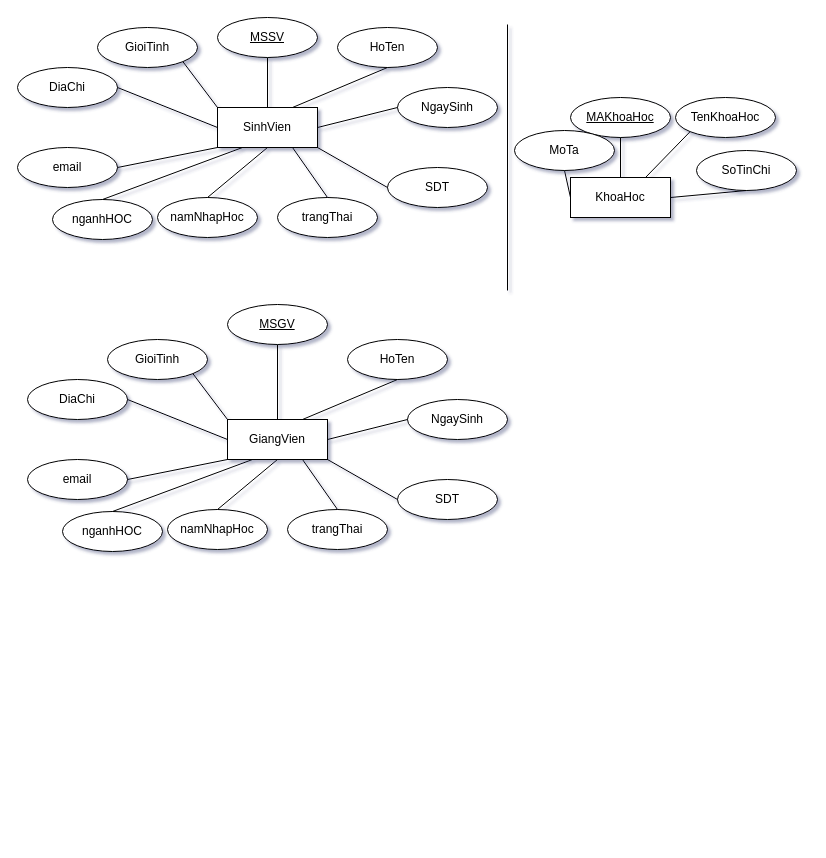
The draw.io diagram test.drawio in hoThanhThien/tkcsdl_HK_he, before the edit. Source tidied: cells renumbered, new cells numbered last; positions are measured from the earlier drawing's top-left corner, leaving out a move shared by most shapes. Both pictures are drawn from the tidied source at 100%, with x=0, y=0 at pixel (17, 17).
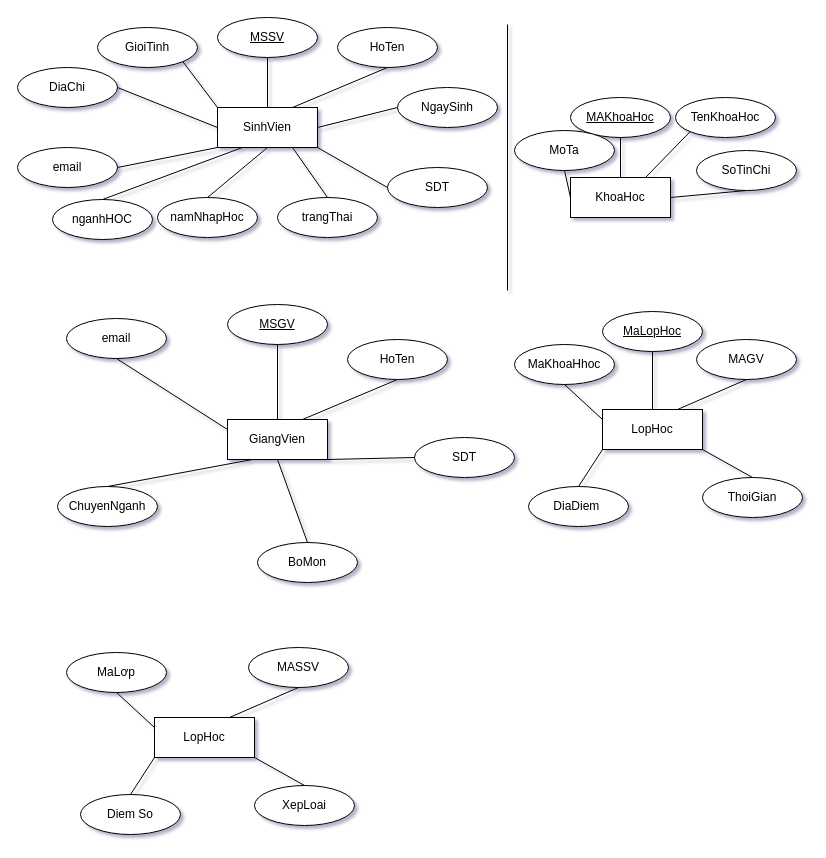
Above is the later version.

Commit message:
Cập nhật test.drawio

The change refers to these unchanged cells:
```xml
<mxCell id="33" value="GiangVien" style="whiteSpace=wrap;html=1;align=center;labelBackgroundColor=none;rounded=0;" parent="1" vertex="1">
  <mxGeometry x="210" y="402" width="100" height="40" as="geometry" />
</mxCell>
```

The edit, as a diff of the source:
```diff
@@
-    <mxCell id="37" value="NgaySinh" style="ellipse;whiteSpace=wrap;html=1;align=center;labelBackgroundColor=none;rounded=0;" parent="1" vertex="1">
-      <mxGeometry x="390" y="382" width="100" height="40" as="geometry" />
-    </mxCell>
-    <mxCell id="38" style="endArrow=none;html=1;rounded=0;exitX=1;exitY=0.5;exitDx=0;exitDy=0;entryX=0;entryY=0.5;entryDx=0;entryDy=0;labelBackgroundColor=none;fontColor=default;" parent="1" edge="1" source="33" target="37">
-      <mxGeometry relative="1" as="geometry" />
-    </mxCell>
-    <mxCell id="39" value="GioiTinh" style="ellipse;whiteSpace=wrap;html=1;align=center;labelBackgroundColor=none;rounded=0;" parent="1" vertex="1">
-      <mxGeometry x="90" y="322" width="100" height="40" as="geometry" />
-    </mxCell>
-    <mxCell id="40" style="endArrow=none;html=1;rounded=0;exitX=0;exitY=0;exitDx=0;exitDy=0;entryX=1;entryY=1;entryDx=0;entryDy=0;labelBackgroundColor=none;fontColor=default;" parent="1" edge="1" source="33" target="39">
-      <mxGeometry relative="1" as="geometry" />
-    </mxCell>
-    <mxCell id="41" value="DiaChi" style="ellipse;whiteSpace=wrap;html=1;align=center;labelBackgroundColor=none;rounded=0;" parent="1" vertex="1">
-      <mxGeometry x="10" y="362" width="100" height="40" as="geometry" />
-    </mxCell>
-    <mxCell id="42" style="endArrow=none;html=1;rounded=0;exitX=0;exitY=0.5;exitDx=0;exitDy=0;entryX=1;entryY=0.5;entryDx=0;entryDy=0;labelBackgroundColor=none;fontColor=default;" parent="1" edge="1" source="33" target="41">
-      <mxGeometry relative="1" as="geometry" />
-    </mxCell>
     <mxCell id="43" value="email" style="ellipse;whiteSpace=wrap;html=1;align=center;labelBackgroundColor=none;rounded=0;" parent="1" vertex="1">
-      <mxGeometry x="10" y="442" width="100" height="40" as="geometry" />
+      <mxGeometry x="49" y="301" width="100" height="40" as="geometry" />
     </mxCell>
-    <mxCell id="44" style="endArrow=none;html=1;rounded=0;exitX=0;exitY=1;exitDx=0;exitDy=0;entryX=1;entryY=0.5;entryDx=0;entryDy=0;labelBackgroundColor=none;fontColor=default;" parent="1" edge="1" source="33" target="43">
+    <mxCell id="44" style="endArrow=none;html=1;rounded=0;exitX=0;exitY=0.25;exitDx=0;exitDy=0;entryX=0.5;entryY=1;entryDx=0;entryDy=0;labelBackgroundColor=none;fontColor=default;" parent="1" edge="1" source="33" target="43">
       <mxGeometry relative="1" as="geometry" />
     </mxCell>
     <mxCell id="45" value="SDT" style="ellipse;whiteSpace=wrap;html=1;align=center;labelBackgroundColor=none;rounded=0;" parent="1" vertex="1">
-      <mxGeometry x="380" y="462" width="100" height="40" as="geometry" />
+      <mxGeometry x="397" y="420" width="100" height="40" as="geometry" />
     </mxCell>
@@
-    <mxCell id="47" value="nganhHOC" style="ellipse;whiteSpace=wrap;html=1;align=center;labelBackgroundColor=none;rounded=0;" parent="1" vertex="1">
-      <mxGeometry x="45" y="494" width="100" height="40" as="geometry" />
+    <mxCell id="47" value="ChuyenNganh" style="ellipse;whiteSpace=wrap;html=1;align=center;labelBackgroundColor=none;rounded=0;" parent="1" vertex="1">
+      <mxGeometry x="40" y="469" width="100" height="40" as="geometry" />
     </mxCell>
@@
-    <mxCell id="49" value="namNhapHoc" style="ellipse;whiteSpace=wrap;html=1;align=center;labelBackgroundColor=none;rounded=0;" parent="1" vertex="1">
-      <mxGeometry x="150" y="492" width="100" height="40" as="geometry" />
+    <mxCell id="49" value="BoMon" style="ellipse;whiteSpace=wrap;html=1;align=center;labelBackgroundColor=none;rounded=0;" parent="1" vertex="1">
+      <mxGeometry x="240" y="525" width="100" height="40" as="geometry" />
     </mxCell>
@@
-    <mxCell id="51" value="trangThai" style="ellipse;whiteSpace=wrap;html=1;align=center;labelBackgroundColor=none;rounded=0;" parent="1" vertex="1">
-      <mxGeometry x="270" y="492" width="100" height="40" as="geometry" />
-    </mxCell>
-    <mxCell id="52" style="endArrow=none;html=1;rounded=0;exitX=0.75;exitY=1;exitDx=0;exitDy=0;entryX=0.5;entryY=0;entryDx=0;entryDy=0;labelBackgroundColor=none;fontColor=default;" parent="1" edge="1" source="33" target="51">
-      <mxGeometry relative="1" as="geometry" />
-    </mxCell>
@@
+    <mxCell id="54" value="LopHoc" style="whiteSpace=wrap;html=1;align=center;labelBackgroundColor=none;rounded=0;" parent="1" vertex="1">
+      <mxGeometry x="585" y="392" width="100" height="40" as="geometry" />
+    </mxCell>
+    <mxCell id="55" style="endArrow=none;html=1;rounded=0;exitX=0.5;exitY=0;exitDx=0;exitDy=0;labelBackgroundColor=none;fontColor=default;entryX=0.5;entryY=1;entryDx=0;entryDy=0;" parent="1" edge="1" source="54" target="64">
+      <mxGeometry relative="1" as="geometry" />
+    </mxCell>
+    <mxCell id="56" value="MAGV" style="ellipse;whiteSpace=wrap;html=1;align=center;labelBackgroundColor=none;rounded=0;" parent="1" vertex="1">
+      <mxGeometry x="679" y="322" width="100" height="40" as="geometry" />
+    </mxCell>
+    <mxCell id="57" style="endArrow=none;html=1;rounded=0;exitX=0.75;exitY=0;exitDx=0;exitDy=0;entryX=0.5;entryY=1;entryDx=0;entryDy=0;labelBackgroundColor=none;fontColor=default;" parent="1" edge="1" source="54" target="56">
+      <mxGeometry relative="1" as="geometry" />
+    </mxCell>
+    <mxCell id="58" value="MaKhoaHhoc" style="ellipse;whiteSpace=wrap;html=1;align=center;labelBackgroundColor=none;rounded=0;" parent="1" vertex="1">
+      <mxGeometry x="497" y="327" width="100" height="40" as="geometry" />
+    </mxCell>
+    <mxCell id="59" style="endArrow=none;html=1;rounded=0;exitX=0;exitY=0.25;exitDx=0;exitDy=0;entryX=0.5;entryY=1;entryDx=0;entryDy=0;labelBackgroundColor=none;fontColor=default;" parent="1" edge="1" source="54" target="58">
+      <mxGeometry relative="1" as="geometry" />
+    </mxCell>
+    <mxCell id="60" value="ThoiGian" style="ellipse;whiteSpace=wrap;html=1;align=center;labelBackgroundColor=none;rounded=0;" parent="1" vertex="1">
+      <mxGeometry x="685" y="460" width="100" height="40" as="geometry" />
+    </mxCell>
+    <mxCell id="61" style="endArrow=none;html=1;rounded=0;exitX=1;exitY=1;exitDx=0;exitDy=0;entryX=0.5;entryY=0;entryDx=0;entryDy=0;labelBackgroundColor=none;fontColor=default;" parent="1" edge="1" source="54" target="60">
+      <mxGeometry relative="1" as="geometry" />
+    </mxCell>
+    <mxCell id="62" value="DiaDiem&amp;nbsp;" style="ellipse;whiteSpace=wrap;html=1;align=center;labelBackgroundColor=none;rounded=0;" parent="1" vertex="1">
+      <mxGeometry x="511" y="469" width="100" height="40" as="geometry" />
+    </mxCell>
+    <mxCell id="63" style="endArrow=none;html=1;rounded=0;exitX=0;exitY=1;exitDx=0;exitDy=0;entryX=0.5;entryY=0;entryDx=0;entryDy=0;labelBackgroundColor=none;fontColor=default;" parent="1" edge="1" source="54" target="62">
+      <mxGeometry relative="1" as="geometry" />
+    </mxCell>
+    <mxCell id="64" value="MaLopHoc" style="ellipse;whiteSpace=wrap;html=1;align=center;fontStyle=4;labelBackgroundColor=none;rounded=0;" parent="1" vertex="1">
+      <mxGeometry x="585" y="294" width="100" height="40" as="geometry" />
+    </mxCell>
+    <mxCell id="65" value="LopHoc" style="whiteSpace=wrap;html=1;align=center;labelBackgroundColor=none;rounded=0;" parent="1" vertex="1">
+      <mxGeometry x="137" y="700" width="100" height="40" as="geometry" />
+    </mxCell>
+    <mxCell id="66" value="MASSV" style="ellipse;whiteSpace=wrap;html=1;align=center;labelBackgroundColor=none;rounded=0;" parent="1" vertex="1">
+      <mxGeometry x="231" y="630" width="100" height="40" as="geometry" />
+    </mxCell>
+    <mxCell id="67" style="endArrow=none;html=1;rounded=0;exitX=0.75;exitY=0;exitDx=0;exitDy=0;entryX=0.5;entryY=1;entryDx=0;entryDy=0;labelBackgroundColor=none;fontColor=default;" parent="1" edge="1" source="65" target="66">
+      <mxGeometry relative="1" as="geometry" />
+    </mxCell>
+    <mxCell id="68" value="MaLơp" style="ellipse;whiteSpace=wrap;html=1;align=center;labelBackgroundColor=none;rounded=0;" parent="1" vertex="1">
+      <mxGeometry x="49" y="635" width="100" height="40" as="geometry" />
+    </mxCell>
+    <mxCell id="69" style="endArrow=none;html=1;rounded=0;exitX=0;exitY=0.25;exitDx=0;exitDy=0;entryX=0.5;entryY=1;entryDx=0;entryDy=0;labelBackgroundColor=none;fontColor=default;" parent="1" edge="1" source="65" target="68">
+      <mxGeometry relative="1" as="geometry" />
+    </mxCell>
+    <mxCell id="70" value="XepLoai" style="ellipse;whiteSpace=wrap;html=1;align=center;labelBackgroundColor=none;rounded=0;" parent="1" vertex="1">
+      <mxGeometry x="237" y="768" width="100" height="40" as="geometry" />
+    </mxCell>
+    <mxCell id="71" style="endArrow=none;html=1;rounded=0;exitX=1;exitY=1;exitDx=0;exitDy=0;entryX=0.5;entryY=0;entryDx=0;entryDy=0;labelBackgroundColor=none;fontColor=default;" parent="1" edge="1" source="65" target="70">
+      <mxGeometry relative="1" as="geometry" />
+    </mxCell>
+    <mxCell id="72" value="Diem So" style="ellipse;whiteSpace=wrap;html=1;align=center;labelBackgroundColor=none;rounded=0;" parent="1" vertex="1">
+      <mxGeometry x="63" y="777" width="100" height="40" as="geometry" />
+    </mxCell>
+    <mxCell id="73" style="endArrow=none;html=1;rounded=0;exitX=0;exitY=1;exitDx=0;exitDy=0;entryX=0.5;entryY=0;entryDx=0;entryDy=0;labelBackgroundColor=none;fontColor=default;" parent="1" edge="1" source="65" target="72">
+      <mxGeometry relative="1" as="geometry" />
+    </mxCell>
```
